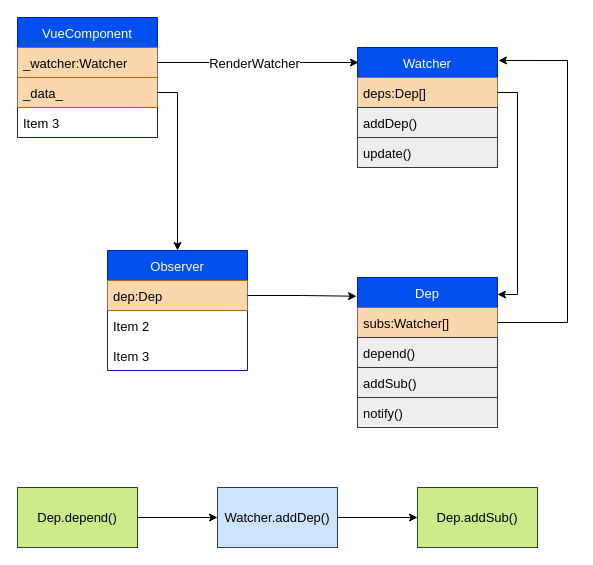
Earlier version of the draw.io diagram page "observer-dep-watcher" (3 of 4) of vue.drawio (sunven/flowchart-source-file). Source tidied: cells renumbered, new cells numbered last; positions are measured from the earlier drawing's top-left corner, leaving out a move shared by most shapes. Both pictures are drawn from the tidied source at 100%, with x=0, y=0 at pixel (17, 17).
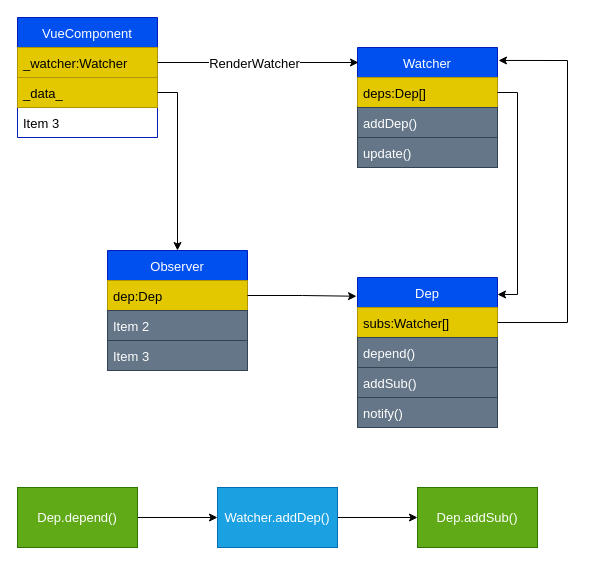
After the change.

Unchanged cells that the change refers to:
```xml
<mxCell id="2" value="Observer" style="swimlane;fontStyle=0;horizontal=1;startSize=30;fillColor=#0050ef;fontColor=#ffffff;strokeColor=#001DBC;fontSize=13;" parent="1" vertex="1">
  <mxGeometry x="90" y="233" width="140" height="120" as="geometry" />
</mxCell>
<mxCell id="6" value="Dep" style="swimlane;fontStyle=0;horizontal=1;startSize=30;fillColor=#0050ef;fontColor=#ffffff;strokeColor=#001DBC;fontSize=13;" parent="1" vertex="1">
  <mxGeometry x="340" y="260" width="140" height="150" as="geometry" />
</mxCell>
<mxCell id="11" value="Watcher" style="swimlane;fontStyle=0;horizontal=1;startSize=30;fillColor=#0050ef;fontColor=#ffffff;strokeColor=#001DBC;fontSize=13;" parent="1" vertex="1">
  <mxGeometry x="340" y="30" width="140" height="120" as="geometry" />
</mxCell>
<mxCell id="15" value="VueComponent" style="swimlane;fontStyle=0;horizontal=1;startSize=30;fillColor=#0050ef;fontColor=#ffffff;strokeColor=#001DBC;fontSize=13;" parent="1" vertex="1">
  <mxGeometry width="140" height="120" as="geometry" />
</mxCell>
```

Change to the diagram source:
```diff
@@
-    <mxCell id="3" value="dep:Dep" style="text;strokeColor=#b46504;fillColor=#fad7ac;align=left;verticalAlign=middle;spacingLeft=4;spacingRight=4;overflow=hidden;points=[[0,0.5],[1,0.5]];portConstraint=eastwest;fontSize=13;" parent="2" vertex="1">
+    <mxCell id="3" value="dep:Dep" style="text;strokeColor=#B09500;fillColor=#e3c800;align=left;verticalAlign=middle;spacingLeft=4;spacingRight=4;overflow=hidden;points=[[0,0.5],[1,0.5]];portConstraint=eastwest;fontSize=13;fontColor=#000000;" parent="2" vertex="1">
       <mxGeometry y="30" width="140" height="30" as="geometry" />
     </mxCell>
-    <mxCell id="4" value="Item 2" style="text;strokeColor=none;fillColor=none;align=left;verticalAlign=middle;spacingLeft=4;spacingRight=4;overflow=hidden;fontSize=13;" parent="2" vertex="1">
+    <mxCell id="4" value="Item 2" style="text;strokeColor=#314354;fillColor=#647687;align=left;verticalAlign=middle;spacingLeft=4;spacingRight=4;overflow=hidden;fontSize=13;fontColor=#ffffff;" parent="2" vertex="1">
       <mxGeometry y="60" width="140" height="30" as="geometry" />
     </mxCell>
-    <mxCell id="5" value="Item 3" style="text;strokeColor=none;fillColor=none;align=left;verticalAlign=middle;spacingLeft=4;spacingRight=4;overflow=hidden;fontSize=13;" parent="2" vertex="1">
+    <mxCell id="5" value="Item 3" style="text;strokeColor=#314354;fillColor=#647687;align=left;verticalAlign=middle;spacingLeft=4;spacingRight=4;overflow=hidden;fontSize=13;fontColor=#ffffff;" parent="2" vertex="1">
       <mxGeometry y="90" width="140" height="30" as="geometry" />
     </mxCell>
@@
-    <mxCell id="7" value="subs:Watcher[]" style="text;strokeColor=#b46504;fillColor=#fad7ac;align=left;verticalAlign=middle;spacingLeft=4;spacingRight=4;overflow=hidden;points=[[0,0.5],[1,0.5]];portConstraint=eastwest;fontSize=13;" parent="6" vertex="1">
+    <mxCell id="7" value="subs:Watcher[]" style="text;strokeColor=#B09500;fillColor=#e3c800;align=left;verticalAlign=middle;spacingLeft=4;spacingRight=4;overflow=hidden;points=[[0,0.5],[1,0.5]];portConstraint=eastwest;fontSize=13;fontColor=#000000;" parent="6" vertex="1">
       <mxGeometry y="30" width="140" height="30" as="geometry" />
     </mxCell>
-    <mxCell id="8" value="depend()" style="text;strokeColor=#36393d;fillColor=#eeeeee;align=left;verticalAlign=middle;spacingLeft=4;spacingRight=4;overflow=hidden;fontSize=13;" parent="6" vertex="1">
+    <mxCell id="8" value="depend()" style="text;strokeColor=#314354;fillColor=#647687;align=left;verticalAlign=middle;spacingLeft=4;spacingRight=4;overflow=hidden;fontSize=13;fontColor=#ffffff;" parent="6" vertex="1">
       <mxGeometry y="60" width="140" height="30" as="geometry" />
     </mxCell>
-    <mxCell id="9" value="addSub()" style="text;strokeColor=#36393d;fillColor=#eeeeee;align=left;verticalAlign=middle;spacingLeft=4;spacingRight=4;overflow=hidden;fontSize=13;" parent="6" vertex="1">
+    <mxCell id="9" value="addSub()" style="text;strokeColor=#314354;fillColor=#647687;align=left;verticalAlign=middle;spacingLeft=4;spacingRight=4;overflow=hidden;fontSize=13;fontColor=#ffffff;" parent="6" vertex="1">
       <mxGeometry y="90" width="140" height="30" as="geometry" />
     </mxCell>
-    <mxCell id="10" value="notify()" style="text;strokeColor=#36393d;fillColor=#eeeeee;align=left;verticalAlign=middle;spacingLeft=4;spacingRight=4;overflow=hidden;fontSize=13;" parent="6" vertex="1">
+    <mxCell id="10" value="notify()" style="text;strokeColor=#314354;fillColor=#647687;align=left;verticalAlign=middle;spacingLeft=4;spacingRight=4;overflow=hidden;fontSize=13;fontColor=#ffffff;" parent="6" vertex="1">
       <mxGeometry y="120" width="140" height="30" as="geometry" />
     </mxCell>
@@
-    <mxCell id="12" value="deps:Dep[]" style="text;strokeColor=#b46504;fillColor=#fad7ac;align=left;verticalAlign=middle;spacingLeft=4;spacingRight=4;overflow=hidden;points=[[0,0.5],[1,0.5]];portConstraint=eastwest;fontSize=13;" parent="11" vertex="1">
+    <mxCell id="12" value="deps:Dep[]" style="text;strokeColor=#B09500;fillColor=#e3c800;align=left;verticalAlign=middle;spacingLeft=4;spacingRight=4;overflow=hidden;points=[[0,0.5],[1,0.5]];portConstraint=eastwest;fontSize=13;fontColor=#000000;" parent="11" vertex="1">
       <mxGeometry y="30" width="140" height="30" as="geometry" />
     </mxCell>
-    <mxCell id="13" value="addDep()" style="text;strokeColor=#36393d;fillColor=#eeeeee;align=left;verticalAlign=middle;spacingLeft=4;spacingRight=4;overflow=hidden;fontSize=13;" parent="11" vertex="1">
+    <mxCell id="13" value="addDep()" style="text;strokeColor=#314354;fillColor=#647687;align=left;verticalAlign=middle;spacingLeft=4;spacingRight=4;overflow=hidden;fontSize=13;fontColor=#ffffff;" parent="11" vertex="1">
       <mxGeometry y="60" width="140" height="30" as="geometry" />
     </mxCell>
-    <mxCell id="14" value="update()" style="text;strokeColor=#36393d;fillColor=#eeeeee;align=left;verticalAlign=middle;spacingLeft=4;spacingRight=4;overflow=hidden;fontSize=13;" parent="11" vertex="1">
+    <mxCell id="14" value="update()" style="text;strokeColor=#314354;fillColor=#647687;align=left;verticalAlign=middle;spacingLeft=4;spacingRight=4;overflow=hidden;fontSize=13;fontColor=#ffffff;" parent="11" vertex="1">
       <mxGeometry y="90" width="140" height="30" as="geometry" />
     </mxCell>
@@
-    <mxCell id="16" value="_watcher:Watcher" style="text;strokeColor=#b46504;fillColor=#fad7ac;align=left;verticalAlign=middle;spacingLeft=4;spacingRight=4;overflow=hidden;points=[[0,0.5],[1,0.5]];portConstraint=eastwest;fontSize=13;" parent="15" vertex="1">
+    <mxCell id="16" value="_watcher:Watcher" style="text;strokeColor=#B09500;fillColor=#e3c800;align=left;verticalAlign=middle;spacingLeft=4;spacingRight=4;overflow=hidden;points=[[0,0.5],[1,0.5]];portConstraint=eastwest;fontSize=13;fontColor=#000000;" parent="15" vertex="1">
       <mxGeometry y="30" width="140" height="30" as="geometry" />
     </mxCell>
-    <mxCell id="17" value="_data_" style="text;strokeColor=#b46504;fillColor=#fad7ac;align=left;verticalAlign=middle;spacingLeft=4;spacingRight=4;overflow=hidden;points=[[0,0.5],[1,0.5]];portConstraint=eastwest;fontSize=13;" parent="15" vertex="1">
+    <mxCell id="17" value="_data_" style="text;strokeColor=#B09500;fillColor=#e3c800;align=left;verticalAlign=middle;spacingLeft=4;spacingRight=4;overflow=hidden;points=[[0,0.5],[1,0.5]];portConstraint=eastwest;fontSize=13;fontColor=#000000;" parent="15" vertex="1">
       <mxGeometry y="60" width="140" height="30" as="geometry" />
     </mxCell>
@@
-    <mxCell id="26" value="Dep.depend()" style="rounded=0;whiteSpace=wrap;html=1;fontSize=13;fillColor=#cdeb8b;strokeColor=#36393d;" parent="1" vertex="1">
+    <mxCell id="26" value="Dep.depend()" style="rounded=0;whiteSpace=wrap;html=1;fontSize=13;fillColor=#60a917;strokeColor=#2D7600;fontColor=#ffffff;" parent="1" vertex="1">
       <mxGeometry y="470" width="120" height="60" as="geometry" />
     </mxCell>
@@
-    <mxCell id="28" value="Watcher.addDep()" style="whiteSpace=wrap;html=1;fontSize=13;rounded=0;fillColor=#cce5ff;strokeColor=#36393d;" parent="1" vertex="1">
+    <mxCell id="28" value="Watcher.addDep()" style="whiteSpace=wrap;html=1;fontSize=13;rounded=0;fillColor=#1ba1e2;strokeColor=#006EAF;fontColor=#ffffff;" parent="1" vertex="1">
       <mxGeometry x="200" y="470" width="120" height="60" as="geometry" />
     </mxCell>
-    <mxCell id="29" value="Dep.addSub()" style="whiteSpace=wrap;html=1;fontSize=13;rounded=0;fillColor=#cdeb8b;strokeColor=#36393d;" parent="1" vertex="1">
+    <mxCell id="29" value="Dep.addSub()" style="whiteSpace=wrap;html=1;fontSize=13;rounded=0;fillColor=#60a917;strokeColor=#2D7600;fontColor=#ffffff;" parent="1" vertex="1">
       <mxGeometry x="400" y="470" width="120" height="60" as="geometry" />
     </mxCell>
```
